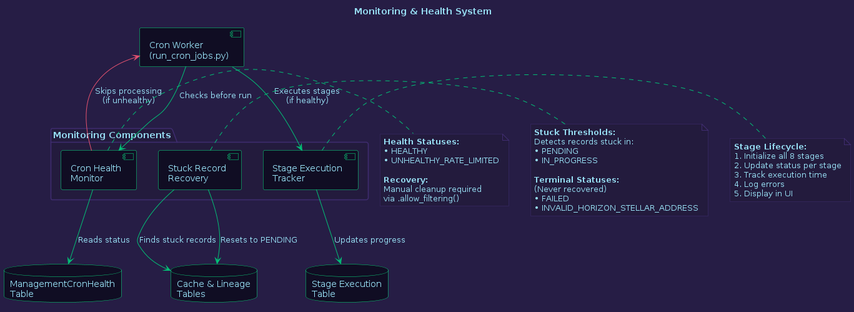
Above: diagrams/05_monitoring_system.png in areveur51/StellarMapWeb (PlantUML), before the change.
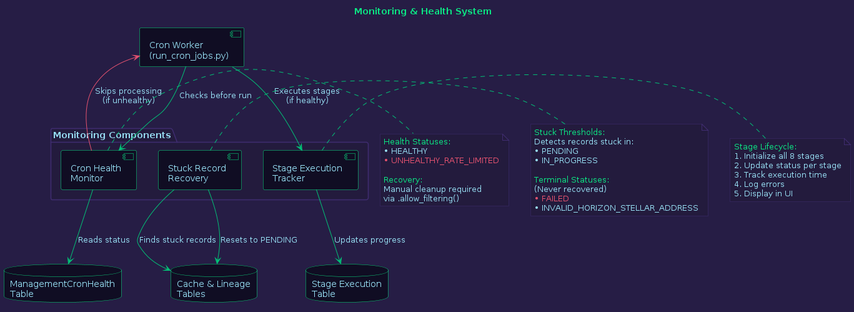
Later version of the same file.

Diff of the diagram source:
```diff
@@ -28,7 +28,7 @@
   FontColor #96DDF2
 }
 
-title Monitoring & Health System
+title <color:#0BE784>Monitoring & Health System
 
 package "Monitoring Components" #231B3D {
   component "Cron Health\nMonitor" as CronHealth
@@ -54,30 +54,30 @@
 Recovery -[#01C176]-> DataDB : "Resets to PENDING"
 
 note right of CronHealth #231B3D
-  **Health Statuses:**
-  • HEALTHY
-  • UNHEALTHY_RATE_LIMITED
+  <color:#0BE784>Health Statuses:
+  <color:#96DDF2>• HEALTHY
+  <color:#E5526F>• UNHEALTHY_RATE_LIMITED
 
-  **Recovery:**
-  Manual cleanup required
+  <color:#0BE784>Recovery:
+  <color:#96DDF2>Manual cleanup required
   via .allow_filtering()
 end note
 
 note right of Recovery #231B3D
-  **Stuck Thresholds:**
-  Detects records stuck in:
+  <color:#0BE784>Stuck Thresholds:
+  <color:#96DDF2>Detects records stuck in:
   • PENDING
   • IN_PROGRESS
 
-  **Terminal Statuses:**
-  (Never recovered)
-  • FAILED
+  <color:#0BE784>Terminal Statuses:
+  <color:#96DDF2>(Never recovered)
+  <color:#E5526F>• FAILED
   • INVALID_HORIZON_STELLAR_ADDRESS
 end note
 
 note right of StageTracker #231B3D
-  **Stage Lifecycle:**
-  1. Initialize all 8 stages
+  <color:#0BE784>Stage Lifecycle:
+  <color:#96DDF2>1. Initialize all 8 stages
   2. Update status per stage
   3. Track execution time
   4. Log errors
```
